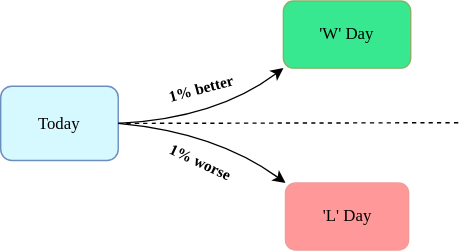
datkumar/my-diagrams keeps this draw.io diagram as Today_decision.drawio.svg. Above is the earlier version. Source tidied: cells renumbered, new cells last; positions are measured from the earlier drawing's top-left corner, leaving out a move shared by most shapes.
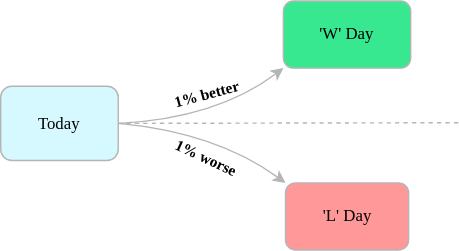
After the commit.

Change to the diagram source:
```diff
@@ -2,39 +2,39 @@
   <root>
     <mxCell id="0" />
     <mxCell id="1" parent="0" />
-    <mxCell id="2" value="Today" style="rounded=1;whiteSpace=wrap;html=1;fillColor=#D6F8FF;strokeColor=#6c8ebf;fontFamily=Rubik;fontStyle=0;fontSource=https%3A%2F%2Ffonts.googleapis.com%2Fcss%3Ffamily%3DRubik;shadow=0;glass=0;" parent="1" vertex="1">
+    <mxCell id="2" value="Today" style="rounded=1;whiteSpace=wrap;html=1;fillColor=#D6F8FF;strokeColor=#B5B5B5;fontFamily=Rubik;fontStyle=0;fontSource=https%3A%2F%2Ffonts.googleapis.com%2Fcss%3Ffamily%3DRubik;shadow=0;glass=0;" parent="1" vertex="1">
       <mxGeometry y="61" width="84" height="53" as="geometry" />
     </mxCell>
-    <mxCell id="3" value="'W' Day" style="whiteSpace=wrap;html=1;fillColor=#38E890;strokeColor=#82b366;fontFamily=Rubik;fontStyle=0;fontSource=https%3A%2F%2Ffonts.googleapis.com%2Fcss%3Ffamily%3DRubik;rounded=1;shadow=0;glass=0;" parent="1" vertex="1">
+    <mxCell id="3" value="'W' Day" style="whiteSpace=wrap;html=1;fillColor=#38E890;strokeColor=#B5B5B5;fontFamily=Rubik;fontStyle=0;fontSource=https%3A%2F%2Ffonts.googleapis.com%2Fcss%3Ffamily%3DRubik;rounded=1;shadow=0;glass=0;" parent="1" vertex="1">
       <mxGeometry x="202" width="91" height="48" as="geometry" />
     </mxCell>
-    <mxCell id="4" value="'L' Day" style="whiteSpace=wrap;html=1;fillColor=#FF9999;strokeColor=#F19C99;fontFamily=Rubik;fontStyle=0;fontSource=https%3A%2F%2Ffonts.googleapis.com%2Fcss%3Ffamily%3DRubik;rounded=1;shadow=0;glass=0;" parent="1" vertex="1">
+    <mxCell id="4" value="'L' Day" style="whiteSpace=wrap;html=1;fillColor=#FF9999;strokeColor=#B5B5B5;fontFamily=Rubik;fontStyle=0;fontSource=https%3A%2F%2Ffonts.googleapis.com%2Fcss%3Ffamily%3DRubik;rounded=1;shadow=0;glass=0;" parent="1" vertex="1">
       <mxGeometry x="203.5" y="130" width="88" height="48" as="geometry" />
     </mxCell>
-    <mxCell id="5" style="endArrow=classic;html=1;exitX=1;exitY=0.5;exitDx=0;exitDy=0;entryX=0;entryY=1;entryDx=0;entryDy=0;curved=1;fontFamily=Rubik;fontStyle=1;fontSource=https%3A%2F%2Ffonts.googleapis.com%2Fcss%3Ffamily%3DRubik;" parent="1" edge="1" source="2" target="3">
+    <mxCell id="5" style="endArrow=classic;html=1;exitX=1;exitY=0.5;exitDx=0;exitDy=0;entryX=0;entryY=1;entryDx=0;entryDy=0;curved=1;fontFamily=Rubik;fontStyle=1;fontSource=https%3A%2F%2Ffonts.googleapis.com%2Fcss%3Ffamily%3DRubik;strokeColor=#B5B5B5;" parent="1" edge="1" source="2" target="3">
       <mxGeometry relative="1" as="geometry">
         <Array as="points">
           <mxPoint x="154" y="84" />
         </Array>
       </mxGeometry>
     </mxCell>
-    <mxCell id="6" style="endArrow=classic;html=1;entryX=0;entryY=0;entryDx=0;entryDy=0;exitX=1;exitY=0.5;exitDx=0;exitDy=0;curved=1;fontFamily=Rubik;fontStyle=1;fontSource=https%3A%2F%2Ffonts.googleapis.com%2Fcss%3Ffamily%3DRubik;" parent="1" edge="1" source="2" target="4">
+    <mxCell id="6" style="endArrow=classic;html=1;entryX=0;entryY=0;entryDx=0;entryDy=0;exitX=1;exitY=0.5;exitDx=0;exitDy=0;curved=1;fontFamily=Rubik;fontStyle=1;fontSource=https%3A%2F%2Ffonts.googleapis.com%2Fcss%3Ffamily%3DRubik;strokeColor=#B5B5B5;" parent="1" edge="1" source="2" target="4">
       <mxGeometry relative="1" as="geometry">
         <Array as="points">
           <mxPoint x="154" y="94" />
         </Array>
       </mxGeometry>
     </mxCell>
-    <mxCell id="7" style="endArrow=none;dashed=1;html=1;rounded=1;labelBackgroundColor=default;strokeColor=default;fontFamily=Rubik;fontSize=11;fontColor=default;shape=connector;curved=1;fontStyle=1;fontSource=https%3A%2F%2Ffonts.googleapis.com%2Fcss%3Ffamily%3DRubik;exitX=1;exitY=0.5;exitDx=0;exitDy=0;" parent="1" edge="1" source="2">
+    <mxCell id="7" style="endArrow=none;dashed=1;html=1;rounded=1;labelBackgroundColor=default;strokeColor=#B5B5B5;fontFamily=Rubik;fontSize=11;fontColor=default;shape=connector;curved=1;fontStyle=1;fontSource=https%3A%2F%2Ffonts.googleapis.com%2Fcss%3Ffamily%3DRubik;exitX=1;exitY=0.5;exitDx=0;exitDy=0;" parent="1" edge="1" source="2">
       <mxGeometry relative="1" as="geometry">
         <mxPoint x="327" y="87" as="targetPoint" />
       </mxGeometry>
     </mxCell>
     <mxCell id="8" value="&lt;font&gt;1% better&lt;/font&gt;" style="text;html=1;align=center;verticalAlign=middle;strokeColor=none;fillColor=none;fontSize=11;fontFamily=Rubik;fontColor=default;rotation=-15;fontStyle=1;fontSource=https%3A%2F%2Ffonts.googleapis.com%2Fcss%3Ffamily%3DRubik;" parent="1" vertex="1">
-      <mxGeometry x="109" y="50" width="67" height="25" as="geometry" />
+      <mxGeometry x="113" y="54" width="67" height="25" as="geometry" />
     </mxCell>
     <mxCell id="9" value="&lt;b&gt;&lt;font&gt;1% worse&lt;/font&gt;&lt;/b&gt;" style="text;html=1;align=center;verticalAlign=middle;strokeColor=none;fillColor=none;fontSize=11;fontFamily=Rubik;fontColor=default;rotation=25;fontStyle=0;fontSource=https%3A%2F%2Ffonts.googleapis.com%2Fcss%3Ffamily%3DRubik;" parent="1" vertex="1">
-      <mxGeometry x="109" y="102" width="67" height="25" as="geometry" />
+      <mxGeometry x="113" y="99" width="67" height="25" as="geometry" />
     </mxCell>
   </root>
 </mxGraphModel>
```
